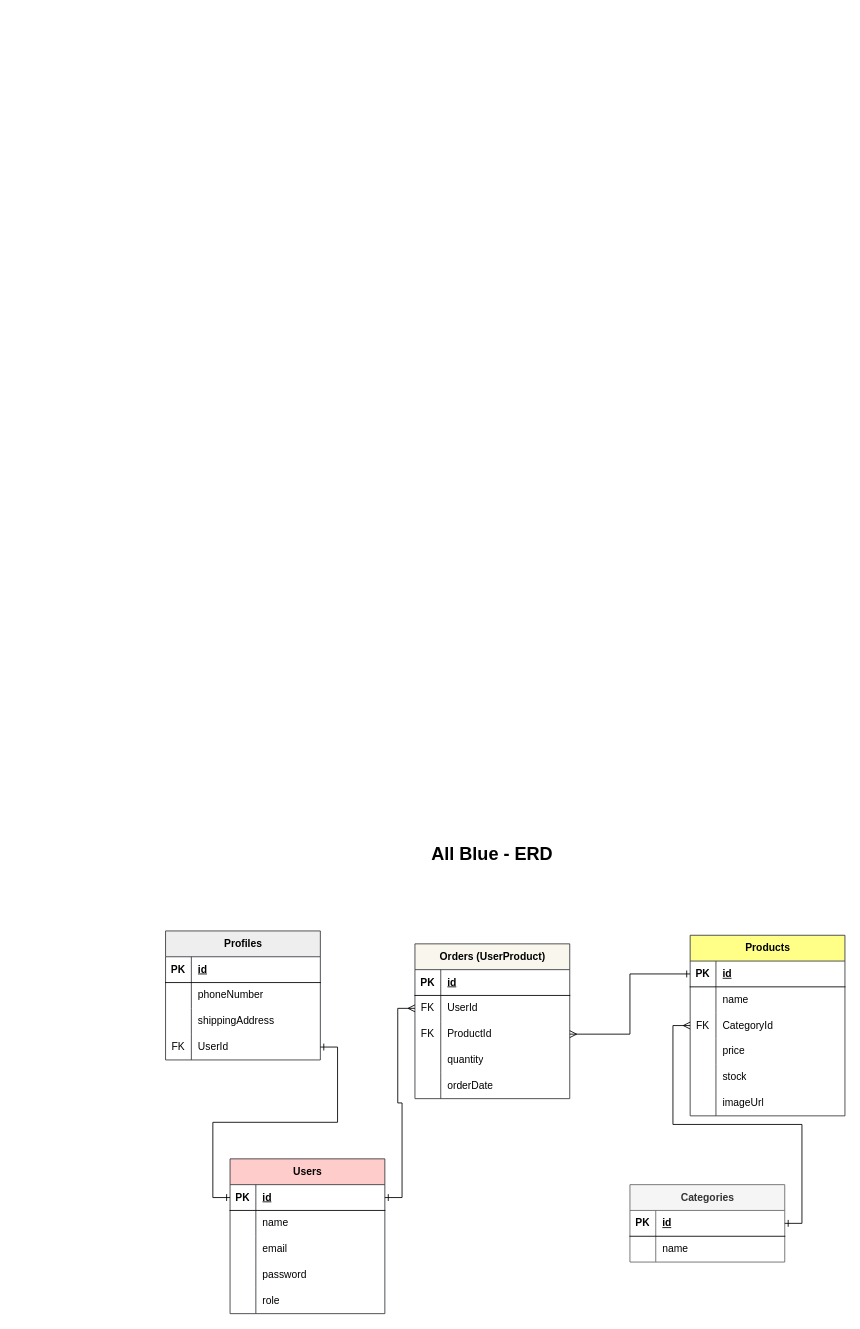
This is allblue_schema.drawio from davidapriansyah/allblue-colabs, a draw.io file, before an edit. Source tidied: cells renumbered, new cells numbered last; positions are measured from the earlier drawing's top-left corner, leaving out a move shared by most shapes. Both pictures are drawn from the tidied source at 86%, with x=0, y=0 at pixel (165, 840).
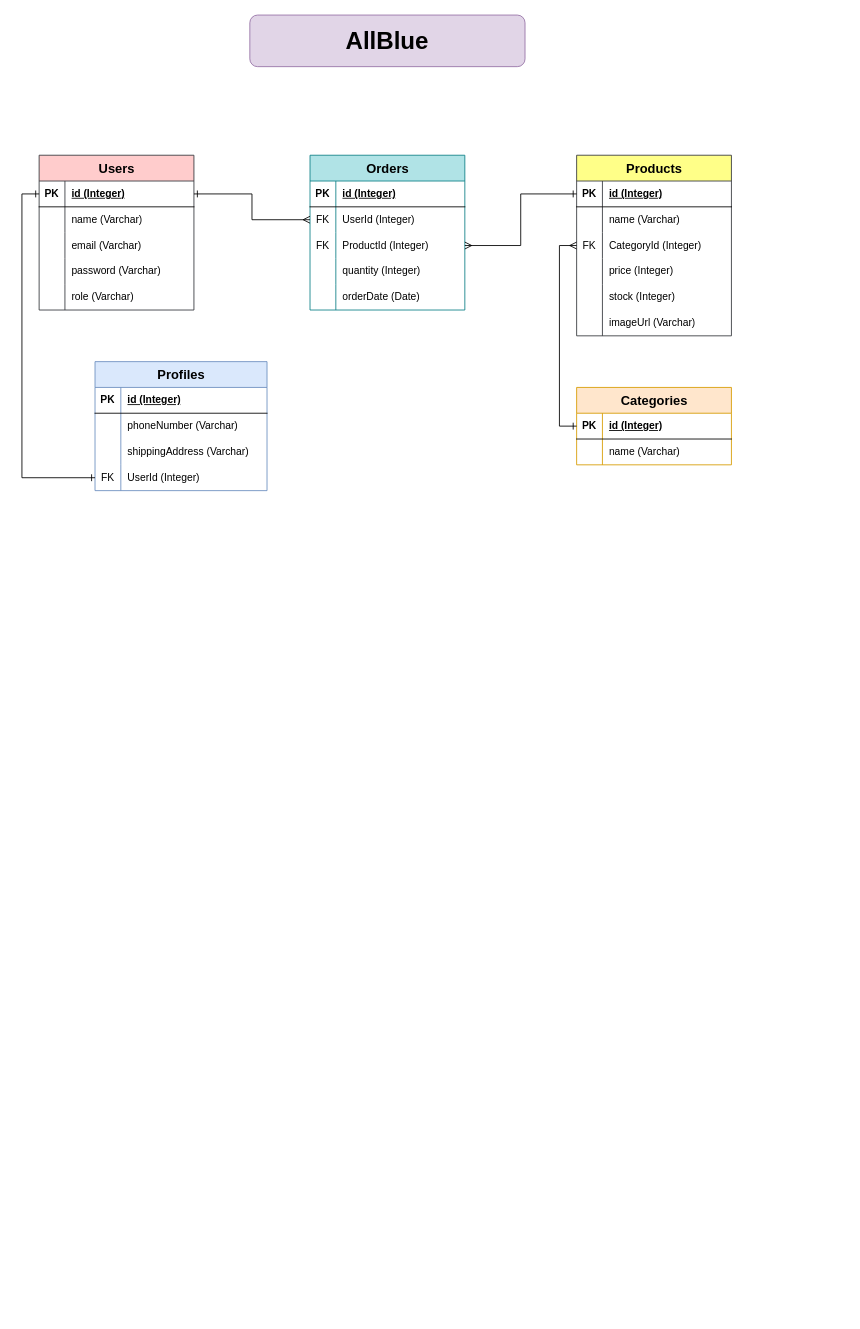
Above is the later version.

The change refers to these unchanged cells:
```xml
<mxCell id="3" style="shape=tableRow;horizontal=0;startSize=0;swimlaneHead=0;swimlaneBody=0;fillColor=none;points=[[0,0.5],[1,0.5]];portConstraint=eastwest;top=0;left=0;right=0;bottom=1;" parent="2" vertex="1">
  <mxGeometry y="30" width="180" height="30" as="geometry" />
</mxCell>
<mxCell id="6" style="shape=tableRow;horizontal=0;startSize=0;swimlaneHead=0;swimlaneBody=0;fillColor=none;top=0;left=0;right=0;bottom=0;" parent="2" vertex="1">
  <mxGeometry y="60" width="180" height="30" as="geometry" />
</mxCell>
<mxCell id="9" style="shape=tableRow;horizontal=0;startSize=0;swimlaneHead=0;swimlaneBody=0;fillColor=none;top=0;left=0;right=0;bottom=0;" parent="2" vertex="1">
  <mxGeometry y="90" width="180" height="30" as="geometry" />
</mxCell>
<mxCell id="12" style="shape=tableRow;horizontal=0;startSize=0;swimlaneHead=0;swimlaneBody=0;fillColor=none;top=0;left=0;right=0;bottom=0;" parent="2" vertex="1">
  <mxGeometry y="120" width="180" height="30" as="geometry" />
</mxCell>
<mxCell id="15" style="shape=tableRow;horizontal=0;startSize=0;swimlaneHead=0;swimlaneBody=0;fillColor=none;top=0;left=0;right=0;bottom=0;" parent="2" vertex="1">
  <mxGeometry y="150" width="180" height="30" as="geometry" />
</mxCell>
<mxCell id="19" style="shape=tableRow;horizontal=0;startSize=0;swimlaneHead=0;swimlaneBody=0;fillColor=none;points=[[0,0.5],[1,0.5]];portConstraint=eastwest;top=0;left=0;right=0;bottom=1;" parent="18" vertex="1">
  <mxGeometry y="30" width="180" height="30" as="geometry" />
</mxCell>
<mxCell id="22" style="shape=tableRow;horizontal=0;startSize=0;swimlaneHead=0;swimlaneBody=0;fillColor=none;top=0;left=0;right=0;bottom=0;" parent="18" vertex="1">
  <mxGeometry y="60" width="180" height="30" as="geometry" />
</mxCell>
<mxCell id="26" style="shape=tableRow;horizontal=0;startSize=0;swimlaneHead=0;swimlaneBody=0;fillColor=none;points=[[0,0.5],[1,0.5]];portConstraint=eastwest;top=0;left=0;right=0;bottom=1;" parent="25" vertex="1">
  <mxGeometry y="30" width="180" height="30" as="geometry" />
</mxCell>
<mxCell id="29" style="shape=tableRow;horizontal=0;startSize=0;swimlaneHead=0;swimlaneBody=0;fillColor=none;top=0;left=0;right=0;bottom=0;" parent="25" vertex="1">
  <mxGeometry y="60" width="180" height="30" as="geometry" />
</mxCell>
<mxCell id="32" style="shape=tableRow;horizontal=0;startSize=0;swimlaneHead=0;swimlaneBody=0;fillColor=none;points=[[0,0.5],[1,0.5]];portConstraint=eastwest;top=0;left=0;right=0;bottom=0;" parent="25" vertex="1">
  <mxGeometry y="90" width="180" height="30" as="geometry" />
</mxCell>
<mxCell id="35" style="shape=tableRow;horizontal=0;startSize=0;swimlaneHead=0;swimlaneBody=0;fillColor=none;top=0;left=0;right=0;bottom=0;" parent="25" vertex="1">
  <mxGeometry y="120" width="180" height="30" as="geometry" />
</mxCell>
<mxCell id="38" style="shape=tableRow;horizontal=0;startSize=0;swimlaneHead=0;swimlaneBody=0;fillColor=none;top=0;left=0;right=0;bottom=0;" parent="25" vertex="1">
  <mxGeometry y="150" width="180" height="30" as="geometry" />
</mxCell>
<mxCell id="41" style="shape=tableRow;horizontal=0;startSize=0;swimlaneHead=0;swimlaneBody=0;fillColor=none;top=0;left=0;right=0;bottom=0;" parent="25" vertex="1">
  <mxGeometry y="180" width="180" height="30" as="geometry" />
</mxCell>
<mxCell id="46" style="shape=tableRow;horizontal=0;startSize=0;swimlaneHead=0;swimlaneBody=0;fillColor=none;top=0;left=0;right=0;bottom=1;" parent="45" vertex="1">
  <mxGeometry y="30" width="180" height="30" as="geometry" />
</mxCell>
<mxCell id="49" style="shape=tableRow;horizontal=0;startSize=0;swimlaneHead=0;swimlaneBody=0;fillColor=none;points=[[0,0.5],[1,0.5]];portConstraint=eastwest;top=0;left=0;right=0;bottom=0;" parent="45" vertex="1">
  <mxGeometry y="60" width="180" height="30" as="geometry" />
</mxCell>
<mxCell id="52" style="shape=tableRow;horizontal=0;startSize=0;swimlaneHead=0;swimlaneBody=0;fillColor=none;points=[[0,0.5],[1,0.5]];portConstraint=eastwest;top=0;left=0;right=0;bottom=0;" parent="45" vertex="1">
  <mxGeometry y="90" width="180" height="30" as="geometry" />
</mxCell>
<mxCell id="55" style="shape=tableRow;horizontal=0;startSize=0;swimlaneHead=0;swimlaneBody=0;fillColor=none;top=0;left=0;right=0;bottom=0;" parent="45" vertex="1">
  <mxGeometry y="120" width="180" height="30" as="geometry" />
</mxCell>
<mxCell id="58" style="shape=tableRow;horizontal=0;startSize=0;swimlaneHead=0;swimlaneBody=0;fillColor=none;top=0;left=0;right=0;bottom=0;" parent="45" vertex="1">
  <mxGeometry y="150" width="180" height="30" as="geometry" />
</mxCell>
```

What changed in the source:
```diff
@@
-    <mxCell id="2" value="Users" style="shape=table;startSize=30;childLayout=tableLayout;rowLines=0;fontStyle=1;align=center;html=1;fillColor=#ffcccc;strokeColor=#36393d;" parent="1" vertex="1">
-      <mxGeometry x="75" y="370" width="180" height="180" as="geometry" />
+    <mxCell id="2" value="&lt;font style=&quot;font-size: 15px;&quot;&gt;Users&lt;/font&gt;" style="shape=table;startSize=30;childLayout=tableLayout;rowLines=0;fontStyle=1;align=center;html=1;fillColor=#ffcccc;strokeColor=#36393d;" parent="1" vertex="1">
+      <mxGeometry x="-147" y="-797" width="180" height="180" as="geometry" />
     </mxCell>
@@
-    <mxCell id="5" value="id" style="shape=partialRectangle;fillColor=none;top=0;left=0;bottom=0;right=0;align=left;spacingLeft=6;fontStyle=5;overflow=hidden;whiteSpace=wrap;html=1;" parent="3" vertex="1">
+    <mxCell id="5" value="id (Integer)" style="shape=partialRectangle;fillColor=none;top=0;left=0;bottom=0;right=0;align=left;spacingLeft=6;fontStyle=5;overflow=hidden;whiteSpace=wrap;html=1;" parent="3" vertex="1">
       <mxGeometry x="30" width="150" height="30" as="geometry" />
     </mxCell>
@@
-    <mxCell id="8" value="name" style="shape=partialRectangle;fillColor=none;top=0;left=0;bottom=0;right=0;align=left;spacingLeft=6;overflow=hidden;whiteSpace=wrap;html=1;" parent="6" vertex="1">
+    <mxCell id="8" value="name (Varchar)" style="shape=partialRectangle;fillColor=none;top=0;left=0;bottom=0;right=0;align=left;spacingLeft=6;overflow=hidden;whiteSpace=wrap;html=1;" parent="6" vertex="1">
       <mxGeometry x="30" width="150" height="30" as="geometry" />
     </mxCell>
@@
-    <mxCell id="11" value="email" style="shape=partialRectangle;fillColor=none;top=0;left=0;bottom=0;right=0;align=left;spacingLeft=6;overflow=hidden;whiteSpace=wrap;html=1;" parent="9" vertex="1">
+    <mxCell id="11" value="email (Varchar)" style="shape=partialRectangle;fillColor=none;top=0;left=0;bottom=0;right=0;align=left;spacingLeft=6;overflow=hidden;whiteSpace=wrap;html=1;" parent="9" vertex="1">
       <mxGeometry x="30" width="150" height="30" as="geometry" />
     </mxCell>
@@
-    <mxCell id="14" value="password" style="shape=partialRectangle;fillColor=none;top=0;left=0;bottom=0;right=0;align=left;spacingLeft=6;overflow=hidden;whiteSpace=wrap;html=1;" parent="12" vertex="1">
+    <mxCell id="14" value="password (Varchar)" style="shape=partialRectangle;fillColor=none;top=0;left=0;bottom=0;right=0;align=left;spacingLeft=6;overflow=hidden;whiteSpace=wrap;html=1;" parent="12" vertex="1">
       <mxGeometry x="30" width="150" height="30" as="geometry" />
     </mxCell>
@@
-    <mxCell id="17" value="role" style="shape=partialRectangle;fillColor=none;top=0;left=0;bottom=0;right=0;align=left;spacingLeft=6;overflow=hidden;whiteSpace=wrap;html=1;" parent="15" vertex="1">
+    <mxCell id="17" value="role (Varchar)" style="shape=partialRectangle;fillColor=none;top=0;left=0;bottom=0;right=0;align=left;spacingLeft=6;overflow=hidden;whiteSpace=wrap;html=1;" parent="15" vertex="1">
       <mxGeometry x="30" width="150" height="30" as="geometry" />
     </mxCell>
-    <mxCell id="18" value="Categories" style="shape=table;startSize=30;childLayout=tableLayout;rowLines=0;fontStyle=1;align=center;html=1;fillColor=#f5f5f5;fontColor=#333333;strokeColor=#666666;" parent="1" vertex="1">
-      <mxGeometry x="540" y="400" width="180" height="90" as="geometry" />
+    <mxCell id="18" value="&lt;font style=&quot;font-size: 15px;&quot;&gt;Categories&lt;/font&gt;" style="shape=table;startSize=30;childLayout=tableLayout;rowLines=0;fontStyle=1;align=center;html=1;fillColor=#ffe6cc;strokeColor=#d79b00;" parent="1" vertex="1">
+      <mxGeometry x="478" y="-527" width="180" height="90" as="geometry" />
     </mxCell>
@@
-    <mxCell id="21" value="id" style="shape=partialRectangle;fillColor=none;top=0;left=0;bottom=0;right=0;align=left;spacingLeft=6;fontStyle=5;overflow=hidden;whiteSpace=wrap;html=1;" parent="19" vertex="1">
+    <mxCell id="21" value="id (Integer)" style="shape=partialRectangle;fillColor=none;top=0;left=0;bottom=0;right=0;align=left;spacingLeft=6;fontStyle=5;overflow=hidden;whiteSpace=wrap;html=1;" parent="19" vertex="1">
       <mxGeometry x="30" width="150" height="30" as="geometry" />
     </mxCell>
@@
-    <mxCell id="24" value="name" style="shape=partialRectangle;fillColor=none;top=0;left=0;bottom=0;right=0;align=left;spacingLeft=6;overflow=hidden;whiteSpace=wrap;html=1;" parent="22" vertex="1">
+    <mxCell id="24" value="name (Varchar)" style="shape=partialRectangle;fillColor=none;top=0;left=0;bottom=0;right=0;align=left;spacingLeft=6;overflow=hidden;whiteSpace=wrap;html=1;" parent="22" vertex="1">
       <mxGeometry x="30" width="150" height="30" as="geometry" />
     </mxCell>
-    <mxCell id="25" value="Products" style="shape=table;startSize=30;childLayout=tableLayout;rowLines=0;fontStyle=1;align=center;html=1;fillColor=#ffff88;strokeColor=#36393d;" parent="1" vertex="1">
-      <mxGeometry x="610" y="110" width="180" height="210" as="geometry" />
+    <mxCell id="25" value="&lt;font style=&quot;font-size: 15px;&quot;&gt;Products&lt;/font&gt;" style="shape=table;startSize=30;childLayout=tableLayout;rowLines=0;fontStyle=1;align=center;html=1;fillColor=#ffff88;strokeColor=#36393d;" parent="1" vertex="1">
+      <mxGeometry x="478" y="-797" width="180" height="210" as="geometry" />
     </mxCell>
@@
-    <mxCell id="28" value="id" style="shape=partialRectangle;fillColor=none;top=0;left=0;bottom=0;right=0;align=left;spacingLeft=6;fontStyle=5;overflow=hidden;whiteSpace=wrap;html=1;" parent="26" vertex="1">
+    <mxCell id="28" value="id (Integer)" style="shape=partialRectangle;fillColor=none;top=0;left=0;bottom=0;right=0;align=left;spacingLeft=6;fontStyle=5;overflow=hidden;whiteSpace=wrap;html=1;" parent="26" vertex="1">
       <mxGeometry x="30" width="150" height="30" as="geometry" />
     </mxCell>
@@
-    <mxCell id="31" value="name" style="shape=partialRectangle;fillColor=none;top=0;left=0;bottom=0;right=0;align=left;spacingLeft=6;overflow=hidden;whiteSpace=wrap;html=1;" parent="29" vertex="1">
+    <mxCell id="31" value="name (Varchar)" style="shape=partialRectangle;fillColor=none;top=0;left=0;bottom=0;right=0;align=left;spacingLeft=6;overflow=hidden;whiteSpace=wrap;html=1;" parent="29" vertex="1">
       <mxGeometry x="30" width="150" height="30" as="geometry" />
     </mxCell>
@@
-    <mxCell id="34" value="CategoryId" style="shape=partialRectangle;fillColor=none;top=0;left=0;bottom=0;right=0;align=left;spacingLeft=6;overflow=hidden;whiteSpace=wrap;html=1;" parent="32" vertex="1">
+    <mxCell id="34" value="CategoryId&amp;nbsp;(Integer)" style="shape=partialRectangle;fillColor=none;top=0;left=0;bottom=0;right=0;align=left;spacingLeft=6;overflow=hidden;whiteSpace=wrap;html=1;" parent="32" vertex="1">
       <mxGeometry x="30" width="150" height="30" as="geometry" />
     </mxCell>
@@
-    <mxCell id="37" value="price" style="shape=partialRectangle;fillColor=none;top=0;left=0;bottom=0;right=0;align=left;spacingLeft=6;overflow=hidden;whiteSpace=wrap;html=1;" parent="35" vertex="1">
+    <mxCell id="37" value="price&amp;nbsp;(Integer)" style="shape=partialRectangle;fillColor=none;top=0;left=0;bottom=0;right=0;align=left;spacingLeft=6;overflow=hidden;whiteSpace=wrap;html=1;" parent="35" vertex="1">
       <mxGeometry x="30" width="150" height="30" as="geometry" />
     </mxCell>
@@
-    <mxCell id="40" value="stock" style="shape=partialRectangle;fillColor=none;top=0;left=0;bottom=0;right=0;align=left;spacingLeft=6;overflow=hidden;whiteSpace=wrap;html=1;" parent="38" vertex="1">
+    <mxCell id="40" value="stock&amp;nbsp;(Integer)" style="shape=partialRectangle;fillColor=none;top=0;left=0;bottom=0;right=0;align=left;spacingLeft=6;overflow=hidden;whiteSpace=wrap;html=1;" parent="38" vertex="1">
       <mxGeometry x="30" width="150" height="30" as="geometry" />
     </mxCell>
@@
-    <mxCell id="43" value="imageUrl" style="shape=partialRectangle;fillColor=none;top=0;left=0;bottom=0;right=0;align=left;spacingLeft=6;overflow=hidden;whiteSpace=wrap;html=1;" parent="41" vertex="1">
+    <mxCell id="43" value="imageUrl (Varchar)" style="shape=partialRectangle;fillColor=none;top=0;left=0;bottom=0;right=0;align=left;spacingLeft=6;overflow=hidden;whiteSpace=wrap;html=1;" parent="41" vertex="1">
       <mxGeometry x="30" width="150" height="30" as="geometry" />
     </mxCell>
-    <mxCell id="44" style="edgeStyle=orthogonalEdgeStyle;rounded=0;jettySize=auto;html=1;endArrow=ERone;endFill=0;startArrow=ERmany;startFill=0;" parent="1" edge="1" source="32" target="19">
+    <mxCell id="44" style="edgeStyle=orthogonalEdgeStyle;rounded=0;jettySize=auto;html=1;endArrow=ERone;endFill=0;startArrow=ERmany;startFill=0;exitX=0;exitY=0.5;exitDx=0;exitDy=0;entryX=0;entryY=0.5;entryDx=0;entryDy=0;" parent="1" edge="1" source="32" target="19">
       <mxGeometry relative="1" as="geometry" />
     </mxCell>
-    <mxCell id="45" value="Orders (UserProduct)" style="shape=table;startSize=30;childLayout=tableLayout;rowLines=0;fontStyle=1;align=center;html=1;fillColor=#f9f7ed;strokeColor=#36393d;" parent="1" vertex="1">
-      <mxGeometry x="290" y="120" width="180" height="180" as="geometry" />
+    <mxCell id="45" value="&lt;font style=&quot;font-size: 15px;&quot;&gt;Orders&lt;/font&gt;" style="shape=table;startSize=30;childLayout=tableLayout;rowLines=0;fontStyle=1;align=center;html=1;fillColor=#b0e3e6;strokeColor=#0e8088;" parent="1" vertex="1">
+      <mxGeometry x="168" y="-797" width="180" height="180" as="geometry" />
     </mxCell>
@@
-    <mxCell id="48" value="id" style="shape=partialRectangle;fillColor=none;top=0;left=0;bottom=0;right=0;align=left;spacingLeft=6;fontStyle=5;overflow=hidden;whiteSpace=wrap;html=1;" parent="46" vertex="1">
+    <mxCell id="48" value="id (Integer)" style="shape=partialRectangle;fillColor=none;top=0;left=0;bottom=0;right=0;align=left;spacingLeft=6;fontStyle=5;overflow=hidden;whiteSpace=wrap;html=1;" parent="46" vertex="1">
       <mxGeometry x="30" width="150" height="30" as="geometry" />
     </mxCell>
@@
-    <mxCell id="51" value="UserId" style="shape=partialRectangle;fillColor=none;top=0;left=0;bottom=0;right=0;align=left;spacingLeft=6;overflow=hidden;whiteSpace=wrap;html=1;" parent="49" vertex="1">
+    <mxCell id="51" value="UserId (Integer)" style="shape=partialRectangle;fillColor=none;top=0;left=0;bottom=0;right=0;align=left;spacingLeft=6;overflow=hidden;whiteSpace=wrap;html=1;" parent="49" vertex="1">
       <mxGeometry x="30" width="150" height="30" as="geometry" />
     </mxCell>
@@
-    <mxCell id="54" value="ProductId" style="shape=partialRectangle;fillColor=none;top=0;left=0;bottom=0;right=0;align=left;spacingLeft=6;overflow=hidden;whiteSpace=wrap;html=1;" parent="52" vertex="1">
+    <mxCell id="54" value="ProductId&amp;nbsp;(Integer)" style="shape=partialRectangle;fillColor=none;top=0;left=0;bottom=0;right=0;align=left;spacingLeft=6;overflow=hidden;whiteSpace=wrap;html=1;" parent="52" vertex="1">
       <mxGeometry x="30" width="150" height="30" as="geometry" />
     </mxCell>
@@
-    <mxCell id="57" value="quantity" style="shape=partialRectangle;fillColor=none;top=0;left=0;bottom=0;right=0;align=left;spacingLeft=6;overflow=hidden;whiteSpace=wrap;html=1;" parent="55" vertex="1">
+    <mxCell id="57" value="quantity&amp;nbsp;(Integer)" style="shape=partialRectangle;fillColor=none;top=0;left=0;bottom=0;right=0;align=left;spacingLeft=6;overflow=hidden;whiteSpace=wrap;html=1;" parent="55" vertex="1">
       <mxGeometry x="30" width="150" height="30" as="geometry" />
     </mxCell>
@@
-    <mxCell id="60" value="orderDate" style="shape=partialRectangle;fillColor=none;top=0;left=0;bottom=0;right=0;align=left;spacingLeft=6;overflow=hidden;whiteSpace=wrap;html=1;" parent="58" vertex="1">
+    <mxCell id="60" value="orderDate (Date)" style="shape=partialRectangle;fillColor=none;top=0;left=0;bottom=0;right=0;align=left;spacingLeft=6;overflow=hidden;whiteSpace=wrap;html=1;" parent="58" vertex="1">
       <mxGeometry x="30" width="150" height="30" as="geometry" />
     </mxCell>
-    <mxCell id="61" value="Profiles" style="shape=table;startSize=30;childLayout=tableLayout;rowLines=0;fontStyle=1;align=center;html=1;fillColor=#eeeeee;strokeColor=#36393d;" parent="1" vertex="1">
-      <mxGeometry y="105" width="180" height="150" as="geometry" />
+    <mxCell id="61" value="&lt;font style=&quot;font-size: 15px;&quot;&gt;Profiles&lt;/font&gt;" style="shape=table;startSize=30;childLayout=tableLayout;rowLines=0;fontStyle=1;align=center;html=1;fillColor=#dae8fc;strokeColor=#6c8ebf;" parent="1" vertex="1">
+      <mxGeometry x="-82" y="-557" width="200" height="150" as="geometry" />
     </mxCell>
     <mxCell id="62" style="shape=tableRow;horizontal=0;startSize=0;swimlaneHead=0;swimlaneBody=0;fillColor=none;top=0;left=0;right=0;bottom=1;" parent="61" vertex="1">
-      <mxGeometry y="30" width="180" height="30" as="geometry" />
+      <mxGeometry y="30" width="200" height="30" as="geometry" />
     </mxCell>
@@
-    <mxCell id="64" value="id" style="shape=partialRectangle;fillColor=none;top=0;left=0;bottom=0;right=0;align=left;spacingLeft=6;fontStyle=5;overflow=hidden;whiteSpace=wrap;html=1;" parent="62" vertex="1">
-      <mxGeometry x="30" width="150" height="30" as="geometry" />
+    <mxCell id="64" value="id (Integer)" style="shape=partialRectangle;fillColor=none;top=0;left=0;bottom=0;right=0;align=left;spacingLeft=6;fontStyle=5;overflow=hidden;whiteSpace=wrap;html=1;" parent="62" vertex="1">
+      <mxGeometry x="30" width="170" height="30" as="geometry" />
     </mxCell>
     <mxCell id="65" style="shape=tableRow;horizontal=0;startSize=0;swimlaneHead=0;swimlaneBody=0;fillColor=none;top=0;left=0;right=0;bottom=0;" parent="61" vertex="1">
-      <mxGeometry y="60" width="180" height="30" as="geometry" />
+      <mxGeometry y="60" width="200" height="30" as="geometry" />
     </mxCell>
@@
-    <mxCell id="67" value="phoneNumber" style="shape=partialRectangle;fillColor=none;top=0;left=0;bottom=0;right=0;align=left;spacingLeft=6;overflow=hidden;whiteSpace=wrap;html=1;" parent="65" vertex="1">
-      <mxGeometry x="30" width="150" height="30" as="geometry" />
+    <mxCell id="67" value="phoneNumber (Varchar)" style="shape=partialRectangle;fillColor=none;top=0;left=0;bottom=0;right=0;align=left;spacingLeft=6;overflow=hidden;whiteSpace=wrap;html=1;" parent="65" vertex="1">
+      <mxGeometry x="30" width="170" height="30" as="geometry" />
     </mxCell>
     <mxCell id="68" style="shape=tableRow;horizontal=0;startSize=0;swimlaneHead=0;swimlaneBody=0;fillColor=none;top=0;left=0;right=0;bottom=0;" parent="61" vertex="1">
-      <mxGeometry y="90" width="180" height="30" as="geometry" />
+      <mxGeometry y="90" width="200" height="30" as="geometry" />
     </mxCell>
@@
-    <mxCell id="70" value="shippingAddress" style="shape=partialRectangle;fillColor=none;top=0;left=0;bottom=0;right=0;align=left;spacingLeft=6;overflow=hidden;whiteSpace=wrap;html=1;" parent="68" vertex="1">
-      <mxGeometry x="30" width="150" height="30" as="geometry" />
+    <mxCell id="70" value="shippingAddress (Varchar)" style="shape=partialRectangle;fillColor=none;top=0;left=0;bottom=0;right=0;align=left;spacingLeft=6;overflow=hidden;whiteSpace=wrap;html=1;" parent="68" vertex="1">
+      <mxGeometry x="30" width="170" height="30" as="geometry" />
     </mxCell>
     <mxCell id="71" style="shape=tableRow;horizontal=0;startSize=0;swimlaneHead=0;swimlaneBody=0;fillColor=none;points=[[0,0.5],[1,0.5]];portConstraint=eastwest;top=0;left=0;right=0;bottom=0;" parent="61" vertex="1">
-      <mxGeometry y="120" width="180" height="30" as="geometry" />
+      <mxGeometry y="120" width="200" height="30" as="geometry" />
     </mxCell>
@@
-    <mxCell id="73" value="UserId" style="shape=partialRectangle;fillColor=none;top=0;left=0;bottom=0;right=0;align=left;spacingLeft=6;overflow=hidden;whiteSpace=wrap;html=1;" parent="71" vertex="1">
-      <mxGeometry x="30" width="150" height="30" as="geometry" />
+    <mxCell id="73" value="UserId&amp;nbsp;(Integer)" style="shape=partialRectangle;fillColor=none;top=0;left=0;bottom=0;right=0;align=left;spacingLeft=6;overflow=hidden;whiteSpace=wrap;html=1;" parent="71" vertex="1">
+      <mxGeometry x="30" width="170" height="30" as="geometry" />
     </mxCell>
@@
-    <mxCell id="77" value="&lt;b&gt;&lt;font style=&quot;font-size: 21px;&quot;&gt;All Blue - ERD&lt;/font&gt;&lt;/b&gt;" style="text;html=1;align=center;verticalAlign=middle;whiteSpace=wrap;rounded=0;" parent="1" vertex="1">
-      <mxGeometry x="270" width="220" height="30" as="geometry" />
-    </mxCell>
+    <mxCell id="78" value="&lt;b&gt;&lt;font style=&quot;font-size: 28px;&quot;&gt;AllBlue&lt;/font&gt;&lt;/b&gt;" style="rounded=1;whiteSpace=wrap;html=1;fillColor=#e1d5e7;strokeColor=#9673a6;" parent="1" vertex="1">
+      <mxGeometry x="98" y="-960" width="320" height="60" as="geometry" />
+    </mxCell>
```
